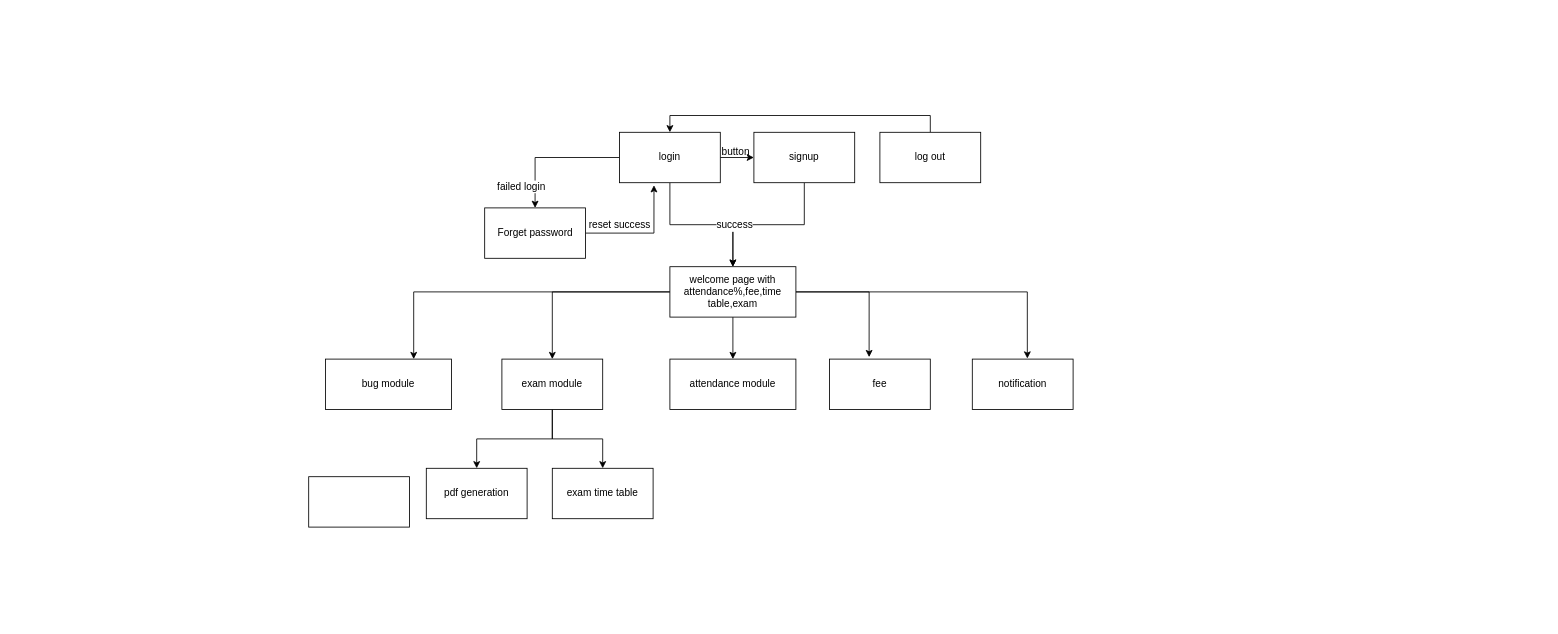
Above: portal.drawio in venkatesh1662/student-portal-app (draw.io), before the change. Source tidied: cells renumbered, new cells numbered last; positions are measured from the earlier drawing's top-left corner, leaving out a move shared by most shapes. Both pictures are drawn from the tidied source at 84%, with x=0, y=0 at pixel (308, 132).
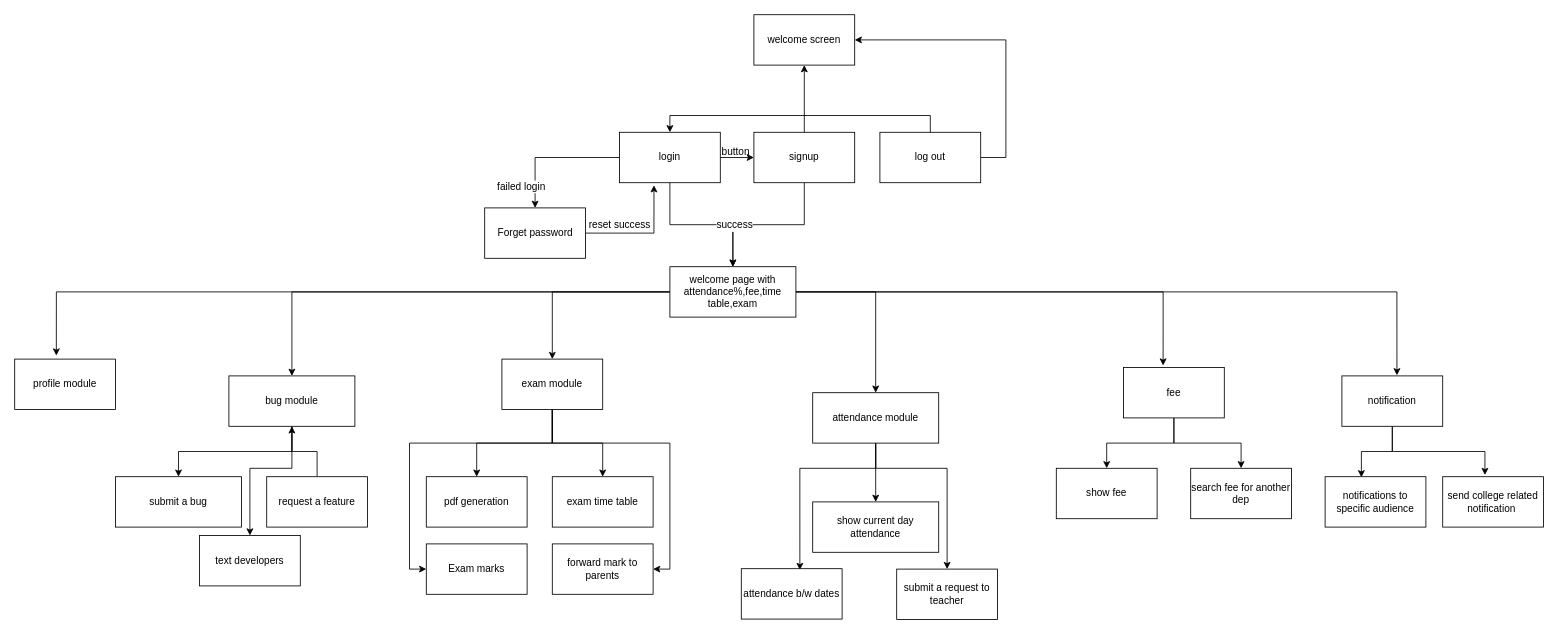
The same diagram, later.

Commit message:
added all modules

The change refers to these unchanged cells:
```xml
<mxCell id="12" value="signup" style="rounded=0;whiteSpace=wrap;html=1;" parent="1" vertex="1">
  <mxGeometry x="530" width="120" height="60" as="geometry" />
</mxCell>
<mxCell id="18" value="&lt;div&gt;welcome page with attendance%,fee,time table,exam&lt;br&gt;&lt;/div&gt;" style="rounded=0;whiteSpace=wrap;html=1;" parent="1" vertex="1">
  <mxGeometry x="430" y="160" width="150" height="60" as="geometry" />
</mxCell>
<mxCell id="22" value="log out" style="rounded=0;whiteSpace=wrap;html=1;" parent="1" vertex="1">
  <mxGeometry x="680" width="120" height="60" as="geometry" />
</mxCell>
<mxCell id="27" value="exam module" style="rounded=0;whiteSpace=wrap;html=1;" parent="1" vertex="1">
  <mxGeometry x="230" y="270" width="120" height="60" as="geometry" />
</mxCell>
```

Diff of the diagram source:
```diff
@@
+    <mxCell id="33" style="edgeStyle=orthogonalEdgeStyle;rounded=0;jettySize=auto;html=1;" parent="1" edge="1" source="12" target="34">
+      <mxGeometry relative="1" as="geometry" />
+    </mxCell>
@@
-    <mxCell id="13" style="edgeStyle=orthogonalEdgeStyle;rounded=0;jettySize=auto;html=1;" parent="1" edge="1" source="18" target="20">
-      <mxGeometry relative="1" as="geometry">
-        <Array as="points">
-          <mxPoint x="125" y="190" />
-        </Array>
-      </mxGeometry>
-    </mxCell>
+    <mxCell id="34" value="welcome screen" style="rounded=0;whiteSpace=wrap;html=1;" parent="1" vertex="1">
+      <mxGeometry x="530" y="-140" width="120" height="60" as="geometry" />
+    </mxCell>
@@
+    <mxCell id="35" style="edgeStyle=orthogonalEdgeStyle;rounded=0;jettySize=auto;html=1;entryX=0.413;entryY=-0.07;entryDx=0;entryDy=0;entryPerimeter=0;" parent="1" edge="1" source="18" target="60">
+      <mxGeometry relative="1" as="geometry" />
+    </mxCell>
+    <mxCell id="13" style="edgeStyle=orthogonalEdgeStyle;rounded=0;jettySize=auto;html=1;" parent="1" edge="1" source="18" target="20">
+      <mxGeometry relative="1" as="geometry" />
+    </mxCell>
@@
+    <mxCell id="36" style="edgeStyle=orthogonalEdgeStyle;rounded=0;jettySize=auto;html=1;" parent="1" edge="1" source="19" target="39">
+      <mxGeometry relative="1" as="geometry" />
+    </mxCell>
+    <mxCell id="37" style="edgeStyle=orthogonalEdgeStyle;rounded=0;jettySize=auto;html=1;entryX=0.581;entryY=0.027;entryDx=0;entryDy=0;entryPerimeter=0;" parent="1" edge="1" source="19" target="52">
+      <mxGeometry relative="1" as="geometry">
+        <Array as="points">
+          <mxPoint x="675" y="400" />
+          <mxPoint x="585" y="400" />
+        </Array>
+      </mxGeometry>
+    </mxCell>
+    <mxCell id="38" style="edgeStyle=orthogonalEdgeStyle;rounded=0;jettySize=auto;html=1;" parent="1" edge="1" source="19" target="53">
+      <mxGeometry relative="1" as="geometry">
+        <Array as="points">
+          <mxPoint x="675" y="400" />
+          <mxPoint x="760" y="400" />
+        </Array>
+      </mxGeometry>
+    </mxCell>
     <mxCell id="19" value="&lt;div&gt;attendance module&lt;br&gt;&lt;/div&gt;" style="rounded=0;whiteSpace=wrap;html=1;" parent="1" vertex="1">
-      <mxGeometry x="430" y="270" width="150" height="60" as="geometry" />
+      <mxGeometry x="600" y="310" width="150" height="60" as="geometry" />
     </mxCell>
+    <mxCell id="39" value="&lt;div&gt;show current day attendance&lt;/div&gt;" style="rounded=0;whiteSpace=wrap;html=1;" parent="1" vertex="1">
+      <mxGeometry x="600" y="440" width="150" height="60" as="geometry" />
+    </mxCell>
+    <mxCell id="40" style="edgeStyle=orthogonalEdgeStyle;rounded=0;jettySize=auto;html=1;" parent="1" edge="1" source="20" target="42">
+      <mxGeometry relative="1" as="geometry" />
+    </mxCell>
+    <mxCell id="41" style="edgeStyle=orthogonalEdgeStyle;rounded=0;jettySize=auto;html=1;entryX=0.5;entryY=0;entryDx=0;entryDy=0;" parent="1" edge="1" source="20" target="59">
+      <mxGeometry relative="1" as="geometry">
+        <Array as="points">
+          <mxPoint x="-20" y="400" />
+          <mxPoint x="-70" y="400" />
+        </Array>
+      </mxGeometry>
+    </mxCell>
     <mxCell id="20" value="&lt;div&gt;bug module&lt;br&gt;&lt;/div&gt;" style="rounded=0;whiteSpace=wrap;html=1;" parent="1" vertex="1">
-      <mxGeometry x="20" y="270" width="150" height="60" as="geometry" />
+      <mxGeometry x="-95" y="290" width="150" height="60" as="geometry" />
     </mxCell>
+    <mxCell id="42" value="submit a bug" style="rounded=0;whiteSpace=wrap;html=1;" parent="1" vertex="1">
+      <mxGeometry x="-230" y="410" width="150" height="60" as="geometry" />
+    </mxCell>
@@
+    <mxCell id="43" style="edgeStyle=orthogonalEdgeStyle;rounded=0;jettySize=auto;html=1;entryX=1;entryY=0.5;entryDx=0;entryDy=0;" parent="1" edge="1" source="22" target="34">
+      <mxGeometry relative="1" as="geometry">
+        <Array as="points">
+          <mxPoint x="830" y="30" />
+          <mxPoint x="830" y="-110" />
+        </Array>
+      </mxGeometry>
+    </mxCell>
@@
-    <mxCell id="24" style="edgeStyle=orthogonalEdgeStyle;rounded=0;orthogonalLoop=1;jettySize=auto;html=1;entryX=0.5;entryY=0;entryDx=0;entryDy=0;" parent="1" edge="1">
-      <mxGeometry relative="1" as="geometry">
-        <mxPoint x="139.7" y="310" as="sourcePoint" />
-        <mxPoint x="139.7" y="310.2" as="targetPoint" />
-      </mxGeometry>
-    </mxCell>
@@
+    <mxCell id="44" style="edgeStyle=orthogonalEdgeStyle;rounded=0;jettySize=auto;html=1;" parent="1" edge="1" source="27" target="32">
+      <mxGeometry relative="1" as="geometry">
+        <Array as="points">
+          <mxPoint x="290" y="370" />
+          <mxPoint x="120" y="370" />
+          <mxPoint x="120" y="520" />
+        </Array>
+      </mxGeometry>
+    </mxCell>
+    <mxCell id="45" style="edgeStyle=orthogonalEdgeStyle;rounded=0;jettySize=auto;html=1;" parent="1" edge="1" source="27" target="51">
+      <mxGeometry relative="1" as="geometry">
+        <Array as="points">
+          <mxPoint x="290" y="370" />
+          <mxPoint x="430" y="370" />
+          <mxPoint x="430" y="520" />
+        </Array>
+      </mxGeometry>
+    </mxCell>
@@
     <mxCell id="28" value="pdf generation" style="rounded=0;whiteSpace=wrap;html=1;" parent="1" vertex="1">
-      <mxGeometry x="140" y="400" width="120" height="60" as="geometry" />
+      <mxGeometry x="140" y="410" width="120" height="60" as="geometry" />
     </mxCell>
+    <mxCell id="46" style="edgeStyle=orthogonalEdgeStyle;rounded=0;jettySize=auto;html=1;" parent="1" edge="1" source="29" target="48">
+      <mxGeometry relative="1" as="geometry" />
+    </mxCell>
+    <mxCell id="47" style="edgeStyle=orthogonalEdgeStyle;rounded=0;jettySize=auto;html=1;" parent="1" edge="1" source="29" target="54">
+      <mxGeometry relative="1" as="geometry" />
+    </mxCell>
     <mxCell id="29" value="fee" style="rounded=0;whiteSpace=wrap;html=1;" parent="1" vertex="1">
-      <mxGeometry x="620" y="270" width="120" height="60" as="geometry" />
+      <mxGeometry x="970" y="280" width="120" height="60" as="geometry" />
     </mxCell>
+    <mxCell id="48" value="show fee" style="rounded=0;whiteSpace=wrap;html=1;" parent="1" vertex="1">
+      <mxGeometry x="890" y="400" width="120" height="60" as="geometry" />
+    </mxCell>
+    <mxCell id="49" style="edgeStyle=orthogonalEdgeStyle;rounded=0;jettySize=auto;html=1;entryX=0.36;entryY=0.013;entryDx=0;entryDy=0;entryPerimeter=0;" parent="1" edge="1" source="30" target="56">
+      <mxGeometry relative="1" as="geometry" />
+    </mxCell>
+    <mxCell id="50" style="edgeStyle=orthogonalEdgeStyle;rounded=0;jettySize=auto;html=1;entryX=0.419;entryY=-0.033;entryDx=0;entryDy=0;entryPerimeter=0;" parent="1" edge="1" source="30" target="55">
+      <mxGeometry relative="1" as="geometry" />
+    </mxCell>
     <mxCell id="30" value="notification" style="rounded=0;whiteSpace=wrap;html=1;" parent="1" vertex="1">
-      <mxGeometry x="790" y="270" width="120" height="60" as="geometry" />
+      <mxGeometry x="1230" y="290" width="120" height="60" as="geometry" />
     </mxCell>
     <mxCell id="31" value="exam time table" style="rounded=0;whiteSpace=wrap;html=1;" parent="1" vertex="1">
-      <mxGeometry x="290" y="400" width="120" height="60" as="geometry" />
+      <mxGeometry x="290" y="410" width="120" height="60" as="geometry" />
     </mxCell>
-    <mxCell id="32" style="rounded=0;whiteSpace=wrap;html=1;" parent="1" vertex="1">
-      <mxGeometry y="410" width="120" height="60" as="geometry" />
+    <mxCell id="32" value="Exam marks" style="rounded=0;whiteSpace=wrap;html=1;" parent="1" vertex="1">
+      <mxGeometry x="140" y="490" width="120" height="60" as="geometry" />
     </mxCell>
+    <mxCell id="51" value="forward mark to parents" style="rounded=0;whiteSpace=wrap;html=1;" parent="1" vertex="1">
+      <mxGeometry x="290" y="490" width="120" height="60" as="geometry" />
+    </mxCell>
+    <mxCell id="52" value="attendance b/w dates" style="rounded=0;whiteSpace=wrap;html=1;" parent="1" vertex="1">
+      <mxGeometry x="515" y="519.5" width="120" height="60" as="geometry" />
+    </mxCell>
+    <mxCell id="53" value="submit a request to teacher" style="rounded=0;whiteSpace=wrap;html=1;" parent="1" vertex="1">
+      <mxGeometry x="700" y="520" width="120" height="60" as="geometry" />
+    </mxCell>
+    <mxCell id="54" value="search fee for another dep" style="rounded=0;whiteSpace=wrap;html=1;" parent="1" vertex="1">
+      <mxGeometry x="1050" y="400" width="120" height="60" as="geometry" />
+    </mxCell>
+    <mxCell id="55" value="send college related notification&amp;nbsp; " style="rounded=0;whiteSpace=wrap;html=1;" parent="1" vertex="1">
+      <mxGeometry x="1350" y="410" width="120" height="60" as="geometry" />
+    </mxCell>
+    <mxCell id="56" value="notifications to specific audience" style="rounded=0;whiteSpace=wrap;html=1;" parent="1" vertex="1">
+      <mxGeometry x="1210" y="410" width="120" height="60" as="geometry" />
+    </mxCell>
+    <mxCell id="57" style="edgeStyle=orthogonalEdgeStyle;rounded=0;jettySize=auto;html=1;" parent="1" edge="1" source="58" target="20">
+      <mxGeometry relative="1" as="geometry" />
+    </mxCell>
+    <mxCell id="58" value="request a feature" style="rounded=0;whiteSpace=wrap;html=1;" parent="1" vertex="1">
+      <mxGeometry x="-50" y="410" width="120" height="60" as="geometry" />
+    </mxCell>
+    <mxCell id="59" value="text developers" style="rounded=0;whiteSpace=wrap;html=1;" parent="1" vertex="1">
+      <mxGeometry x="-130" y="480" width="120" height="60" as="geometry" />
+    </mxCell>
+    <mxCell id="60" value="profile module" style="rounded=0;whiteSpace=wrap;html=1;" parent="1" vertex="1">
+      <mxGeometry x="-350" y="270" width="120" height="60" as="geometry" />
+    </mxCell>
```
